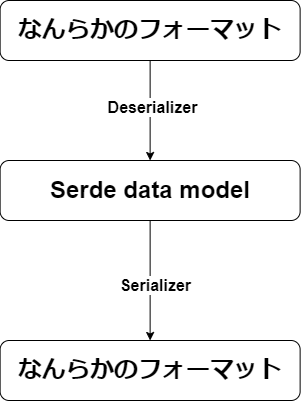
tunamaguro/blog keeps this draw.io diagram as app/src/content/article/write-serde-impls/serde-data-model.drawio.png. Above is the earlier version. Source tidied: cells renumbered, new cells last; positions are measured from the earlier drawing's top-left corner, leaving out a move shared by most shapes.
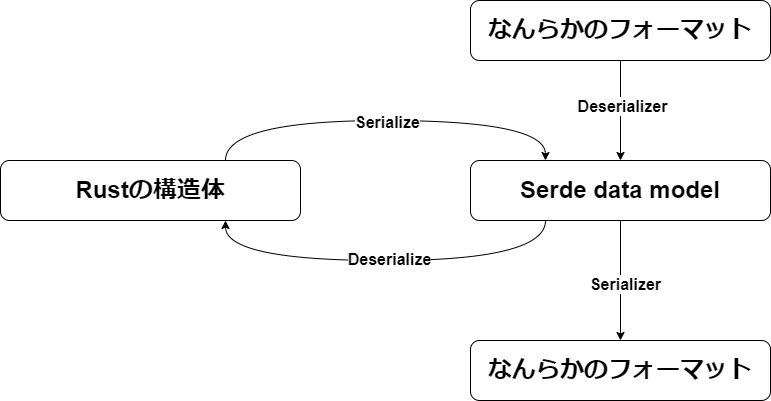
After the change.

Diff of the diagram source:
```diff
@@ -23,5 +23,32 @@
     <mxCell id="8" value="なんらかのフォーマット" style="rounded=1;whiteSpace=wrap;html=1;fontSize=24;fontStyle=1;" parent="1" vertex="1">
       <mxGeometry x="-0.4" y="340" width="300" height="60" as="geometry" />
     </mxCell>
+    <mxCell id="9" style="edgeStyle=orthogonalEdgeStyle;html=1;exitX=0.75;exitY=0;exitDx=0;exitDy=0;entryX=0.25;entryY=0;entryDx=0;entryDy=0;curved=1;" parent="1" edge="1" source="11" target="7">
+      <mxGeometry relative="1" as="geometry">
+        <Array as="points">
+          <mxPoint x="-245.4" y="120" />
+          <mxPoint x="74.6" y="120" />
+        </Array>
+      </mxGeometry>
+    </mxCell>
+    <mxCell id="10" value="&lt;font style=&quot;font-size: 16px;&quot;&gt;Serialize&lt;/font&gt;" style="edgeLabel;html=1;align=center;verticalAlign=middle;fontSize=24;fontStyle=1;" parent="9" vertex="1">
+      <mxGeometry x="0.01" relative="1" as="geometry" />
+    </mxCell>
+    <mxCell id="11" value="Rustの構造体" style="rounded=1;whiteSpace=wrap;html=1;fontSize=24;fontStyle=1;" parent="1" vertex="1">
+      <mxGeometry x="-470.4" y="160" width="300" height="60" as="geometry" />
+    </mxCell>
+    <mxCell id="12" style="edgeStyle=orthogonalEdgeStyle;html=1;exitX=0.75;exitY=0;exitDx=0;exitDy=0;entryX=0.25;entryY=0;entryDx=0;entryDy=0;curved=1;" parent="1" edge="1">
+      <mxGeometry relative="1" as="geometry">
+        <mxPoint x="74.6" y="220" as="sourcePoint" />
+        <mxPoint x="-245.4" y="220" as="targetPoint" />
+        <Array as="points">
+          <mxPoint x="74.6" y="260" />
+          <mxPoint x="-245.4" y="260" />
+        </Array>
+      </mxGeometry>
+    </mxCell>
+    <mxCell id="13" value="Deserialize" style="edgeLabel;align=center;verticalAlign=middle;fontStyle=1;fontSize=16;html=1;" parent="12" vertex="1">
+      <mxGeometry x="-0.02" y="-1" relative="1" as="geometry" />
+    </mxCell>
   </root>
 </mxGraphModel>
```
